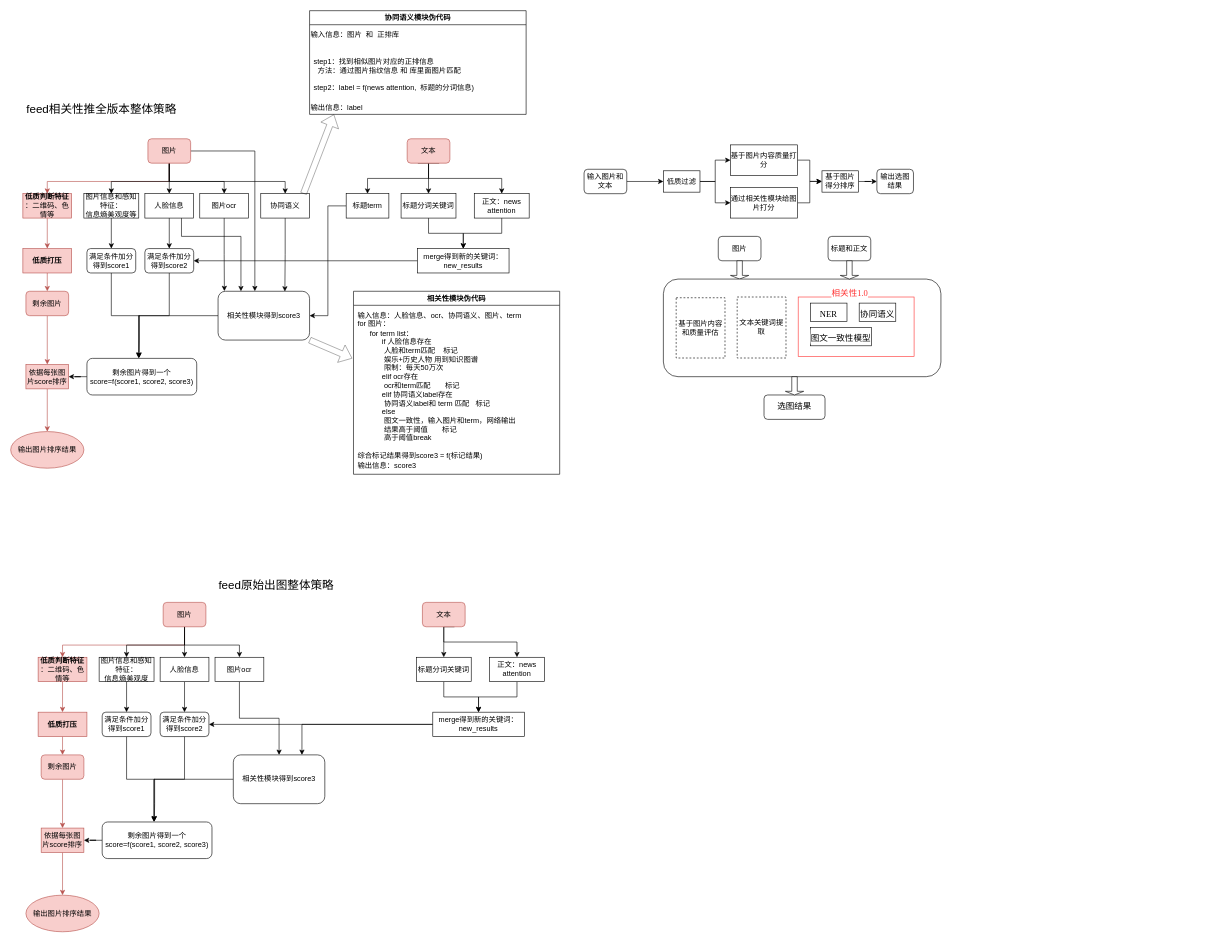
2018liuyan/one keeps this draw.io diagram as feed出图.drawio. Above is the earlier version. Source tidied: cells renumbered, new cells numbered last; positions are measured from the earlier drawing's top-left corner, leaving out a move shared by most shapes. Both pictures are drawn from the tidied source at 61%, with x=0, y=0 at pixel (10, 10).
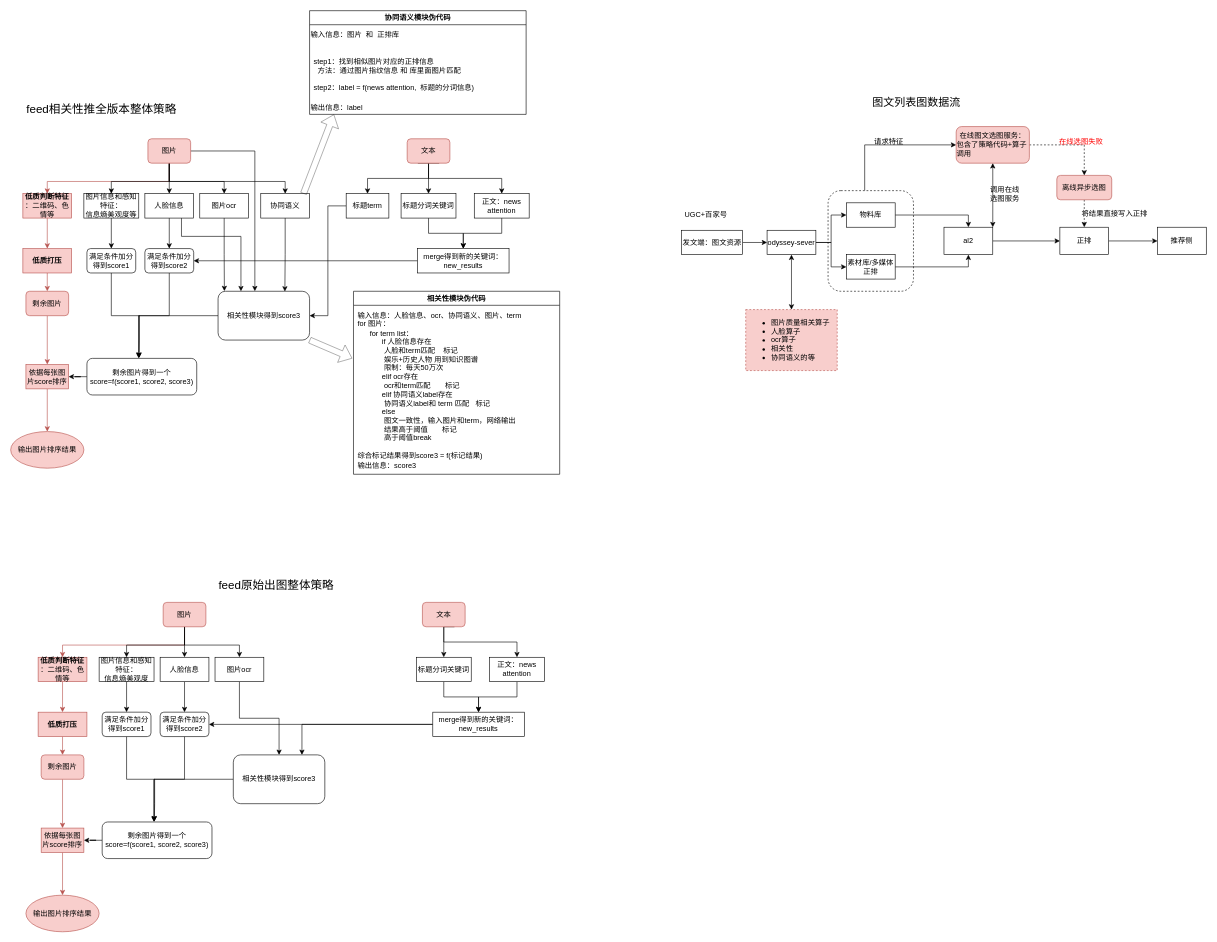
Above is the later version.

Change to the diagram source:
```diff
@@
+    <mxCell id="124" style="edgeStyle=orthogonalEdgeStyle;rounded=0;jettySize=auto;html=1;entryX=0;entryY=0.5;entryDx=0;entryDy=0;" parent="1" edge="1" source="125" target="143">
+      <mxGeometry relative="1" as="geometry">
+        <Array as="points">
+          <mxPoint x="1400" y="220" />
+        </Array>
+      </mxGeometry>
+    </mxCell>
+    <mxCell id="125" style="rounded=1;whiteSpace=wrap;html=1;dashed=1;" parent="1" vertex="1">
+      <mxGeometry x="1340" y="295" width="140" height="165" as="geometry" />
+    </mxCell>
@@
-    <mxCell id="97" style="edgeStyle=orthogonalEdgeStyle;rounded=0;jettySize=auto;html=1;entryX=0;entryY=0.5;entryDx=0;entryDy=0;" parent="1" edge="1" source="98" target="101">
-      <mxGeometry relative="1" as="geometry" />
-    </mxCell>
-    <mxCell id="98" value="输入图片和文本" style="rounded=1;whiteSpace=wrap;html=1;" parent="1" vertex="1">
-      <mxGeometry x="940" y="260" width="70" height="40" as="geometry" />
-    </mxCell>
-    <mxCell id="99" style="edgeStyle=orthogonalEdgeStyle;rounded=0;jettySize=auto;html=1;entryX=0;entryY=0.5;entryDx=0;entryDy=0;fontSize=12;" parent="1" edge="1" source="101" target="103">
-      <mxGeometry relative="1" as="geometry" />
-    </mxCell>
-    <mxCell id="100" style="edgeStyle=orthogonalEdgeStyle;rounded=0;jettySize=auto;html=1;exitX=1;exitY=0.5;exitDx=0;exitDy=0;entryX=0;entryY=0.5;entryDx=0;entryDy=0;fontSize=12;" parent="1" edge="1" source="101" target="105">
-      <mxGeometry relative="1" as="geometry" />
-    </mxCell>
-    <mxCell id="101" value="低质过滤" style="rounded=0;whiteSpace=wrap;html=1;" parent="1" vertex="1">
-      <mxGeometry x="1070" y="262.5" width="60" height="35" as="geometry" />
-    </mxCell>
-    <mxCell id="102" style="edgeStyle=orthogonalEdgeStyle;rounded=0;jettySize=auto;html=1;entryX=-0.008;entryY=0.494;entryDx=0;entryDy=0;entryPerimeter=0;fontSize=12;" parent="1" edge="1" source="103" target="107">
-      <mxGeometry relative="1" as="geometry" />
-    </mxCell>
-    <mxCell id="103" value="&lt;div&gt;&lt;font face=&quot;DengXian&quot; style=&quot;font-size: 12px&quot;&gt;基于图片内容质量打分&lt;/font&gt;&lt;/div&gt;" style="rounded=0;whiteSpace=wrap;html=1;" parent="1" vertex="1">
-      <mxGeometry x="1180" y="220" width="110" height="50" as="geometry" />
-    </mxCell>
-    <mxCell id="104" style="edgeStyle=orthogonalEdgeStyle;rounded=0;jettySize=auto;html=1;exitX=1;exitY=0.5;exitDx=0;exitDy=0;entryX=0;entryY=0.5;entryDx=0;entryDy=0;fontSize=12;" parent="1" edge="1" source="105" target="107">
-      <mxGeometry relative="1" as="geometry" />
-    </mxCell>
-    <mxCell id="105" value="&lt;font face=&quot;DengXian&quot;&gt;通过相关性模块给图片打分&lt;/font&gt;" style="rounded=0;whiteSpace=wrap;html=1;" parent="1" vertex="1">
-      <mxGeometry x="1180" y="290" width="110" height="50" as="geometry" />
-    </mxCell>
-    <mxCell id="106" style="edgeStyle=orthogonalEdgeStyle;rounded=0;jettySize=auto;html=1;entryX=0;entryY=0.5;entryDx=0;entryDy=0;fontSize=12;" parent="1" edge="1" source="107" target="108">
-      <mxGeometry relative="1" as="geometry" />
-    </mxCell>
-    <mxCell id="107" value="基于图片得分排序" style="rounded=0;whiteSpace=wrap;html=1;" parent="1" vertex="1">
-      <mxGeometry x="1330" y="262.5" width="60" height="35" as="geometry" />
-    </mxCell>
-    <mxCell id="108" value="输出选图结果" style="rounded=1;whiteSpace=wrap;html=1;fontSize=12;" parent="1" vertex="1">
-      <mxGeometry x="1420" y="260" width="60" height="40" as="geometry" />
-    </mxCell>
-    <mxCell id="109" value="图片" style="rounded=1;whiteSpace=wrap;html=1;" parent="1" vertex="1">
-      <mxGeometry x="1160" y="370" width="70" height="40" as="geometry" />
-    </mxCell>
-    <mxCell id="110" value="标题和正文" style="rounded=1;whiteSpace=wrap;html=1;" parent="1" vertex="1">
-      <mxGeometry x="1340" y="370" width="70" height="40" as="geometry" />
-    </mxCell>
-    <mxCell id="111" value="选图结果" style="rounded=1;whiteSpace=wrap;html=1;labelBackgroundColor=#FFFFFF;fontFamily=Times New Roman;fontSize=14;fontColor=#000000;" parent="1" vertex="1">
-      <mxGeometry x="1235" y="630" width="100" height="40" as="geometry" />
-    </mxCell>
-    <mxCell id="112" style="shape=singleArrow;direction=south;whiteSpace=wrap;html=1;labelBackgroundColor=#FFFFFF;fontFamily=Times New Roman;fontSize=14;fontColor=#000000;" parent="1" vertex="1">
-      <mxGeometry x="1180" y="410" width="30" height="30" as="geometry" />
-    </mxCell>
-    <mxCell id="113" style="group;" parent="1" vertex="1">
-      <mxGeometry x="1070" y="440" width="455" height="160" as="geometry" />
-    </mxCell>
-    <mxCell id="114" style="rounded=1;whiteSpace=wrap;html=1;labelBackgroundColor=#66B2FF;fontFamily=Times New Roman;fontSize=20;fontColor=#FFFFFF;" parent="113" vertex="1">
-      <mxGeometry width="455" height="160" as="geometry" />
-    </mxCell>
-    <mxCell id="115" value="&lt;div&gt;&lt;font face=&quot;DengXian&quot; style=&quot;font-size: 12px&quot;&gt;基于图片内容和质量评估&lt;/font&gt;&lt;/div&gt;" style="rounded=0;whiteSpace=wrap;html=1;dashed=1;" parent="113" vertex="1">
-      <mxGeometry x="21" y="30.6" width="80" height="98.8" as="geometry" />
-    </mxCell>
-    <mxCell id="116" style="rounded=0;whiteSpace=wrap;html=1;labelBackgroundColor=#66B2FF;fontFamily=Times New Roman;fontSize=20;fontColor=#FFFFFF;strokeColor=#FF3333;" parent="113" vertex="1">
-      <mxGeometry x="221" y="29.4" width="190" height="97.5" as="geometry" />
-    </mxCell>
-    <mxCell id="117" value="&lt;font color=&quot;#000000&quot; style=&quot;background-color: rgb(255 , 255 , 255) ; font-size: 14px&quot;&gt;NER&lt;/font&gt;" style="rounded=0;whiteSpace=wrap;html=1;labelBackgroundColor=#FFFFFF;fontFamily=Times New Roman;fontSize=20;fontColor=#FFFFFF;" parent="113" vertex="1">
-      <mxGeometry x="241" y="39.4" width="60" height="30" as="geometry" />
-    </mxCell>
-    <mxCell id="118" value="&lt;font color=&quot;#000000&quot; style=&quot;background-color: rgb(255 , 255 , 255) ; font-size: 14px&quot;&gt;协同语义&lt;/font&gt;" style="rounded=0;whiteSpace=wrap;html=1;labelBackgroundColor=#FFFFFF;fontFamily=Times New Roman;fontSize=20;fontColor=#FFFFFF;" parent="113" vertex="1">
-      <mxGeometry x="321" y="39.4" width="60" height="30" as="geometry" />
-    </mxCell>
-    <mxCell id="119" value="&lt;font color=&quot;#000000&quot; style=&quot;background-color: rgb(255 , 255 , 255) ; font-size: 14px&quot;&gt;图文一致性模型&lt;/font&gt;" style="rounded=0;whiteSpace=wrap;html=1;labelBackgroundColor=#FFFFFF;fontFamily=Times New Roman;fontSize=20;fontColor=#FFFFFF;" parent="113" vertex="1">
-      <mxGeometry x="241" y="79.4" width="100" height="30" as="geometry" />
-    </mxCell>
-    <mxCell id="120" value="&lt;font face=&quot;DengXian&quot;&gt;文本关键词提取&lt;/font&gt;" style="rounded=0;whiteSpace=wrap;html=1;dashed=1;" parent="113" vertex="1">
-      <mxGeometry x="121" y="29.4" width="80" height="100" as="geometry" />
-    </mxCell>
-    <mxCell id="121" value="&lt;font color=&quot;#ff3333&quot;&gt;相关性1.0&lt;/font&gt;" style="text;html=1;strokeColor=none;fillColor=none;align=center;verticalAlign=middle;whiteSpace=wrap;rounded=0;labelBackgroundColor=#FFFFFF;fontFamily=Times New Roman;fontSize=14;fontColor=#000000;" parent="113" vertex="1">
-      <mxGeometry x="261" y="9.4" width="90" height="30" as="geometry" />
-    </mxCell>
-    <mxCell id="122" style="shape=singleArrow;direction=south;whiteSpace=wrap;html=1;labelBackgroundColor=#FFFFFF;fontFamily=Times New Roman;fontSize=14;fontColor=#000000;" parent="1" vertex="1">
-      <mxGeometry x="1360" y="410" width="30" height="30" as="geometry" />
-    </mxCell>
-    <mxCell id="123" style="shape=singleArrow;direction=south;whiteSpace=wrap;html=1;labelBackgroundColor=#FFFFFF;fontFamily=Times New Roman;fontSize=14;fontColor=#000000;" parent="1" vertex="1">
-      <mxGeometry x="1270" y="600" width="30" height="30" as="geometry" />
-    </mxCell>
+    <mxCell id="126" style="edgeStyle=orthogonalEdgeStyle;rounded=0;jettySize=auto;html=1;entryX=0;entryY=0.5;entryDx=0;entryDy=0;" parent="1" edge="1" source="127" target="131">
+      <mxGeometry relative="1" as="geometry" />
+    </mxCell>
+    <mxCell id="127" value="发文端：图文资源" style="rounded=0;whiteSpace=wrap;html=1;" parent="1" vertex="1">
+      <mxGeometry x="1100" y="360" width="100" height="40" as="geometry" />
+    </mxCell>
+    <mxCell id="128" value="UGC+百家号" style="text;html=1;strokeColor=none;fillColor=none;align=center;verticalAlign=middle;whiteSpace=wrap;rounded=0;" parent="1" vertex="1">
+      <mxGeometry x="1100" y="320" width="80" height="30" as="geometry" />
+    </mxCell>
+    <mxCell id="129" style="edgeStyle=orthogonalEdgeStyle;rounded=0;jettySize=auto;html=1;entryX=0;entryY=0.5;entryDx=0;entryDy=0;" parent="1" edge="1" source="131" target="133">
+      <mxGeometry relative="1" as="geometry" />
+    </mxCell>
+    <mxCell id="130" style="edgeStyle=orthogonalEdgeStyle;rounded=0;jettySize=auto;html=1;entryX=0;entryY=0.5;entryDx=0;entryDy=0;" parent="1" edge="1" source="131" target="135">
+      <mxGeometry relative="1" as="geometry" />
+    </mxCell>
+    <mxCell id="131" value="odyssey-sever" style="rounded=0;whiteSpace=wrap;html=1;" parent="1" vertex="1">
+      <mxGeometry x="1240" y="360" width="80" height="40" as="geometry" />
+    </mxCell>
+    <mxCell id="132" style="edgeStyle=orthogonalEdgeStyle;rounded=0;jettySize=auto;html=1;entryX=0.5;entryY=0;entryDx=0;entryDy=0;" parent="1" edge="1" source="133" target="137">
+      <mxGeometry relative="1" as="geometry" />
+    </mxCell>
+    <mxCell id="133" value="物料库" style="rounded=0;whiteSpace=wrap;html=1;" parent="1" vertex="1">
+      <mxGeometry x="1370" y="315" width="80" height="40" as="geometry" />
+    </mxCell>
+    <mxCell id="134" style="edgeStyle=orthogonalEdgeStyle;rounded=0;jettySize=auto;html=1;entryX=0.5;entryY=1;entryDx=0;entryDy=0;" parent="1" edge="1" source="135" target="137">
+      <mxGeometry relative="1" as="geometry" />
+    </mxCell>
+    <mxCell id="135" value="素材库/多媒体正排" style="rounded=0;whiteSpace=wrap;html=1;" parent="1" vertex="1">
+      <mxGeometry x="1370" y="400" width="80" height="40" as="geometry" />
+    </mxCell>
+    <mxCell id="136" style="edgeStyle=orthogonalEdgeStyle;rounded=0;jettySize=auto;html=1;entryX=0;entryY=0.5;entryDx=0;entryDy=0;" parent="1" edge="1" source="137" target="139">
+      <mxGeometry relative="1" as="geometry" />
+    </mxCell>
+    <mxCell id="137" value="al2" style="rounded=0;whiteSpace=wrap;html=1;" parent="1" vertex="1">
+      <mxGeometry x="1530" y="355" width="80" height="45" as="geometry" />
+    </mxCell>
+    <mxCell id="138" style="edgeStyle=orthogonalEdgeStyle;rounded=0;jettySize=auto;html=1;" parent="1" edge="1" source="139" target="140">
+      <mxGeometry relative="1" as="geometry" />
+    </mxCell>
+    <mxCell id="139" value="正排" style="rounded=0;whiteSpace=wrap;html=1;" parent="1" vertex="1">
+      <mxGeometry x="1720" y="355" width="80" height="45" as="geometry" />
+    </mxCell>
+    <mxCell id="140" value="推荐侧" style="rounded=0;whiteSpace=wrap;html=1;" parent="1" vertex="1">
+      <mxGeometry x="1880" y="355" width="80" height="45" as="geometry" />
+    </mxCell>
+    <mxCell id="141" value="&lt;font style=&quot;font-size: 18px&quot;&gt;图文列表图数据流&lt;/font&gt;" style="text;html=1;strokeColor=none;fillColor=none;align=center;verticalAlign=middle;whiteSpace=wrap;rounded=0;" parent="1" vertex="1">
+      <mxGeometry x="1410" y="140" width="150" height="20" as="geometry" />
+    </mxCell>
+    <mxCell id="142" style="edgeStyle=orthogonalEdgeStyle;rounded=0;jettySize=auto;html=1;fontSize=18;dashed=1;" parent="1" edge="1" source="143" target="150">
+      <mxGeometry relative="1" as="geometry" />
+    </mxCell>
+    <mxCell id="143" value="在线图文选图服务：&lt;br&gt;&lt;div style=&quot;text-align: left&quot;&gt;&lt;span&gt;包含了策略代码+算子调用&lt;/span&gt;&lt;/div&gt;" style="rounded=1;whiteSpace=wrap;html=1;fillColor=#f8cecc;strokeColor=#b85450;" parent="1" vertex="1">
+      <mxGeometry x="1550" y="190" width="120" height="60" as="geometry" />
+    </mxCell>
+    <mxCell id="144" style="endArrow=classic;startArrow=classic;html=1;rounded=0;entryX=0.5;entryY=1;entryDx=0;entryDy=0;" parent="1" edge="1" target="143">
+      <mxGeometry relative="1" as="geometry">
+        <mxPoint x="1610" y="355" as="sourcePoint" />
+      </mxGeometry>
+    </mxCell>
+    <mxCell id="145" value="调用在线选图服务" style="text;html=1;strokeColor=none;fillColor=none;align=center;verticalAlign=middle;whiteSpace=wrap;rounded=0;" parent="1" vertex="1">
+      <mxGeometry x="1600" y="285" width="60" height="30" as="geometry" />
+    </mxCell>
+    <mxCell id="146" value="请求特征" style="text;html=1;strokeColor=none;fillColor=none;align=center;verticalAlign=middle;whiteSpace=wrap;rounded=0;" parent="1" vertex="1">
+      <mxGeometry x="1400" y="200" width="80" height="30" as="geometry" />
+    </mxCell>
+    <mxCell id="147" value="&lt;ul&gt;&lt;li&gt;图片质量相关算子&lt;/li&gt;&lt;li&gt;人脸算子&lt;/li&gt;&lt;li&gt;ocr算子&lt;/li&gt;&lt;li&gt;相关性&lt;/li&gt;&lt;li&gt;协同语义的等&lt;/li&gt;&lt;/ul&gt;" style="rounded=0;whiteSpace=wrap;html=1;dashed=1;align=left;fillColor=#f8cecc;strokeColor=#b85450;" parent="1" vertex="1">
+      <mxGeometry x="1205" y="490" width="150" height="100" as="geometry" />
+    </mxCell>
+    <mxCell id="148" style="endArrow=classic;startArrow=classic;html=1;rounded=0;entryX=0.5;entryY=1;entryDx=0;entryDy=0;exitX=0.5;exitY=0;exitDx=0;exitDy=0;" parent="1" edge="1" source="147" target="131">
+      <mxGeometry relative="1" as="geometry" />
+    </mxCell>
+    <mxCell id="149" style="edgeStyle=orthogonalEdgeStyle;rounded=0;jettySize=auto;html=1;entryX=0.5;entryY=0;entryDx=0;entryDy=0;dashed=1;fontSize=18;" parent="1" edge="1" source="150" target="139">
+      <mxGeometry relative="1" as="geometry" />
+    </mxCell>
+    <mxCell id="150" value="离线异步选图" style="rounded=1;whiteSpace=wrap;html=1;fillColor=#f8cecc;strokeColor=#b85450;" parent="1" vertex="1">
+      <mxGeometry x="1715" y="270" width="90" height="40" as="geometry" />
+    </mxCell>
+    <mxCell id="151" value="&lt;font color=&quot;#ff0000&quot;&gt;在线选图失败&lt;/font&gt;" style="text;html=1;strokeColor=none;fillColor=none;align=center;verticalAlign=middle;whiteSpace=wrap;rounded=0;" parent="1" vertex="1">
+      <mxGeometry x="1715" y="200" width="80" height="30" as="geometry" />
+    </mxCell>
+    <mxCell id="152" value="将结果直接写入正排" style="text;html=1;strokeColor=none;fillColor=none;align=center;verticalAlign=middle;whiteSpace=wrap;rounded=0;" parent="1" vertex="1">
+      <mxGeometry x="1750" y="315" width="120" height="35" as="geometry" />
+    </mxCell>
```
